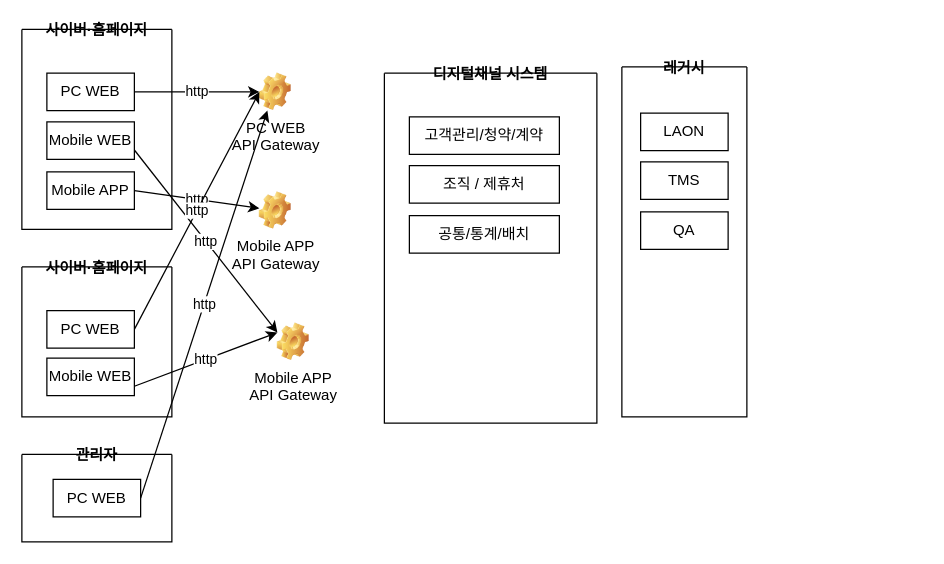
This is LINA_AA.drawio from DEV-FRAMEWORK/SW-MODEL, a draw.io file, before an edit. Source tidied: cells renumbered, new cells numbered last; positions are measured from the earlier drawing's top-left corner, leaving out a move shared by most shapes. Both pictures are drawn from the tidied source at 125%, with x=0, y=0 at pixel (21, 29).
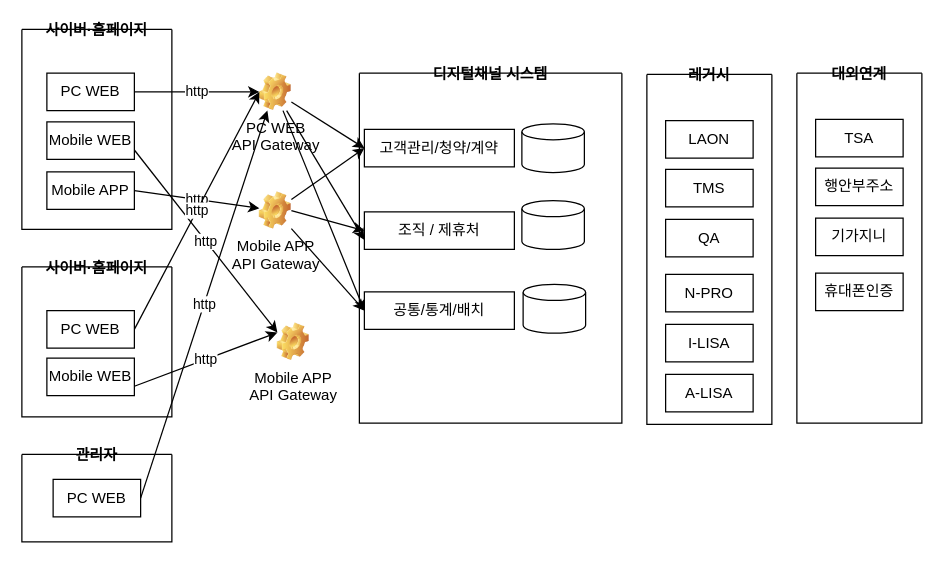
The same page after the edit.

Unchanged cells that the change refers to:
```xml
<mxCell id="2" value="PC WEB &lt;br&gt;API Gateway" style="shape=image;html=1;verticalLabelPosition=bottom;verticalAlign=top;imageAspect=1;image=img/clipart/Gear_128x128.png;" parent="1" vertex="1">
  <mxGeometry x="190" y="35" width="25.6" height="30" as="geometry" />
</mxCell>
<mxCell id="16" value="Mobile APP&lt;br&gt;API Gateway" style="shape=image;html=1;verticalLabelPosition=bottom;verticalAlign=top;imageAspect=1;image=img/clipart/Gear_128x128.png;" parent="1" vertex="1">
  <mxGeometry x="190" y="130" width="25.6" height="30" as="geometry" />
</mxCell>
```

What changed in the source:
```diff
@@
+    <mxCell id="28" style="edgeStyle=none;rounded=0;jettySize=auto;html=1;entryX=0;entryY=0.5;entryDx=0;entryDy=0;" parent="1" edge="1" source="2" target="21">
+      <mxGeometry relative="1" as="geometry" />
+    </mxCell>
+    <mxCell id="29" style="edgeStyle=none;rounded=0;jettySize=auto;html=1;entryX=0;entryY=0.75;entryDx=0;entryDy=0;" parent="1" edge="1" source="2" target="22">
+      <mxGeometry relative="1" as="geometry" />
+    </mxCell>
+    <mxCell id="30" style="edgeStyle=none;rounded=0;jettySize=auto;html=1;entryX=0;entryY=0.5;entryDx=0;entryDy=0;" parent="1" edge="1" source="2" target="23">
+      <mxGeometry relative="1" as="geometry" />
+    </mxCell>
@@
+    <mxCell id="31" style="edgeStyle=none;rounded=0;jettySize=auto;html=1;entryX=0;entryY=0.5;entryDx=0;entryDy=0;" parent="1" edge="1" source="16" target="21">
+      <mxGeometry relative="1" as="geometry" />
+    </mxCell>
+    <mxCell id="32" style="edgeStyle=none;rounded=0;jettySize=auto;html=1;exitX=1;exitY=0.5;exitDx=0;exitDy=0;entryX=0;entryY=0.5;entryDx=0;entryDy=0;" parent="1" edge="1" source="16" target="22">
+      <mxGeometry relative="1" as="geometry" />
+    </mxCell>
+    <mxCell id="33" style="edgeStyle=none;rounded=0;jettySize=auto;html=1;entryX=0;entryY=0.5;entryDx=0;entryDy=0;" parent="1" edge="1" source="16" target="23">
+      <mxGeometry relative="1" as="geometry" />
+    </mxCell>
@@
     <mxCell id="20" value="디지털채널 시스템" style="swimlane;startSize=0;" parent="1" vertex="1">
-      <mxGeometry x="290" y="35" width="170" height="280" as="geometry" />
+      <mxGeometry x="270" y="35" width="210" height="280" as="geometry" />
     </mxCell>
     <mxCell id="21" value="고객관리/청약/계약" style="rounded=0;whiteSpace=wrap;html=1;" parent="20" vertex="1">
-      <mxGeometry x="20" y="35" width="120" height="30" as="geometry" />
+      <mxGeometry x="4" y="45" width="120" height="30" as="geometry" />
     </mxCell>
     <mxCell id="22" value="조직 / 제휴처" style="rounded=0;whiteSpace=wrap;html=1;" parent="20" vertex="1">
-      <mxGeometry x="20" y="74" width="120" height="30" as="geometry" />
+      <mxGeometry x="4" y="111" width="120" height="30" as="geometry" />
     </mxCell>
     <mxCell id="23" value="공통/통계/배치" style="rounded=0;whiteSpace=wrap;html=1;" parent="20" vertex="1">
-      <mxGeometry x="20" y="114" width="120" height="30" as="geometry" />
+      <mxGeometry x="4" y="175" width="120" height="30" as="geometry" />
     </mxCell>
+    <mxCell id="34" style="shape=cylinder3;whiteSpace=wrap;html=1;boundedLbl=1;backgroundOutline=1;size=6.399993896484375;" parent="20" vertex="1">
+      <mxGeometry x="130" y="40.5" width="50" height="39" as="geometry" />
+    </mxCell>
+    <mxCell id="35" style="shape=cylinder3;whiteSpace=wrap;html=1;boundedLbl=1;backgroundOutline=1;size=6.399993896484375;" parent="20" vertex="1">
+      <mxGeometry x="130" y="102" width="50" height="39" as="geometry" />
+    </mxCell>
+    <mxCell id="36" style="shape=cylinder3;whiteSpace=wrap;html=1;boundedLbl=1;backgroundOutline=1;size=6.399993896484375;" parent="20" vertex="1">
+      <mxGeometry x="131" y="169" width="50" height="39" as="geometry" />
+    </mxCell>
     <mxCell id="24" value="레거시" style="swimlane;startSize=0;" parent="1" vertex="1">
-      <mxGeometry x="480" y="30" width="100" height="280" as="geometry" />
+      <mxGeometry x="500" y="36" width="100" height="280" as="geometry" />
     </mxCell>
@@
+    <mxCell id="37" value="N-PRO" style="rounded=0;whiteSpace=wrap;html=1;" parent="24" vertex="1">
+      <mxGeometry x="15" y="160" width="70" height="30" as="geometry" />
+    </mxCell>
+    <mxCell id="38" value="I-LISA" style="rounded=0;whiteSpace=wrap;html=1;" parent="24" vertex="1">
+      <mxGeometry x="15" y="200" width="70" height="30" as="geometry" />
+    </mxCell>
+    <mxCell id="39" value="A-LISA" style="rounded=0;whiteSpace=wrap;html=1;" parent="24" vertex="1">
+      <mxGeometry x="15" y="240" width="70" height="30" as="geometry" />
+    </mxCell>
+    <mxCell id="40" value="대외연계" style="swimlane;startSize=0;" parent="1" vertex="1">
+      <mxGeometry x="620" y="35" width="100" height="280" as="geometry" />
+    </mxCell>
+    <mxCell id="41" value="TSA" style="rounded=0;whiteSpace=wrap;html=1;" parent="40" vertex="1">
+      <mxGeometry x="15" y="37" width="70" height="30" as="geometry" />
+    </mxCell>
+    <mxCell id="42" value="행안부주소" style="rounded=0;whiteSpace=wrap;html=1;" parent="40" vertex="1">
+      <mxGeometry x="15" y="76" width="70" height="30" as="geometry" />
+    </mxCell>
+    <mxCell id="43" value="기가지니" style="rounded=0;whiteSpace=wrap;html=1;" parent="40" vertex="1">
+      <mxGeometry x="15" y="116" width="70" height="30" as="geometry" />
+    </mxCell>
+    <mxCell id="44" value="휴대폰인증" style="rounded=0;whiteSpace=wrap;html=1;" parent="40" vertex="1">
+      <mxGeometry x="15" y="160" width="70" height="30" as="geometry" />
+    </mxCell>
```
